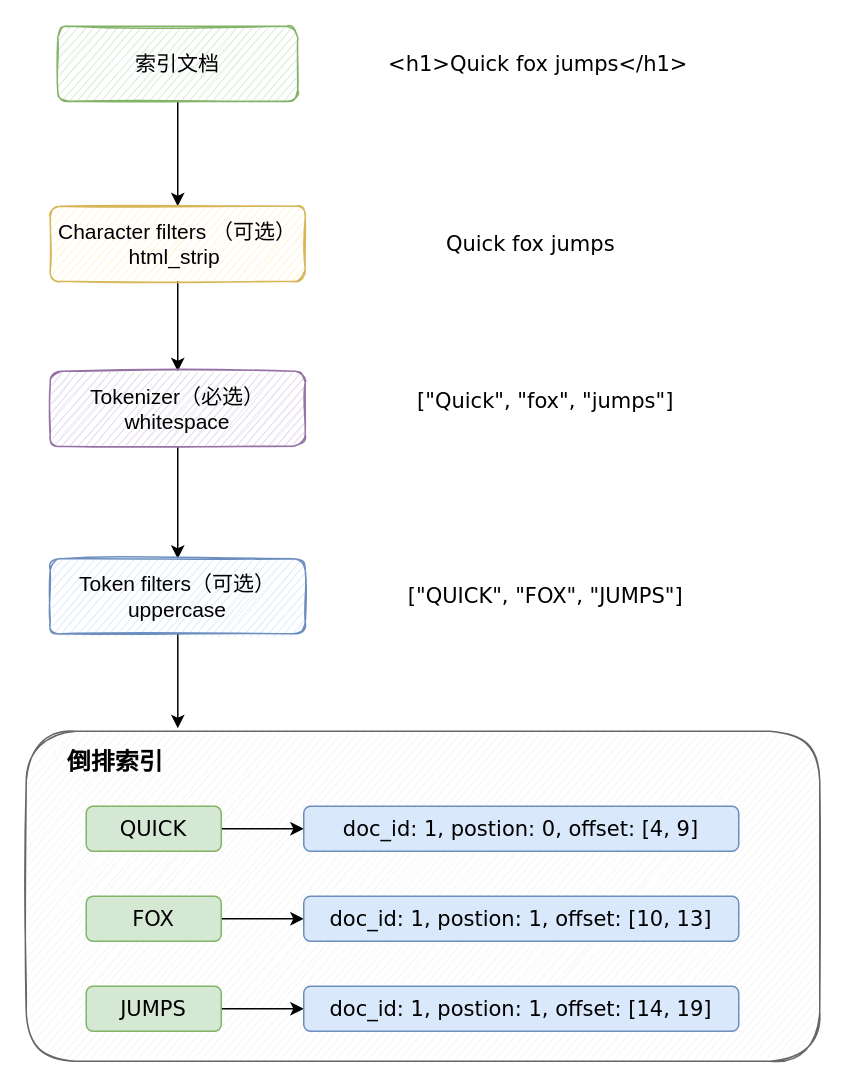
This is Elasticsearch/analyzer.drawio from cr7258/draw.io, a draw.io file, before an edit. Source tidied: cells renumbered, new cells numbered last; positions are measured from the earlier drawing's top-left corner, leaving out a move shared by most shapes. Both pictures are drawn from the tidied source at 150%, with x=0, y=0 at pixel (26, 26).
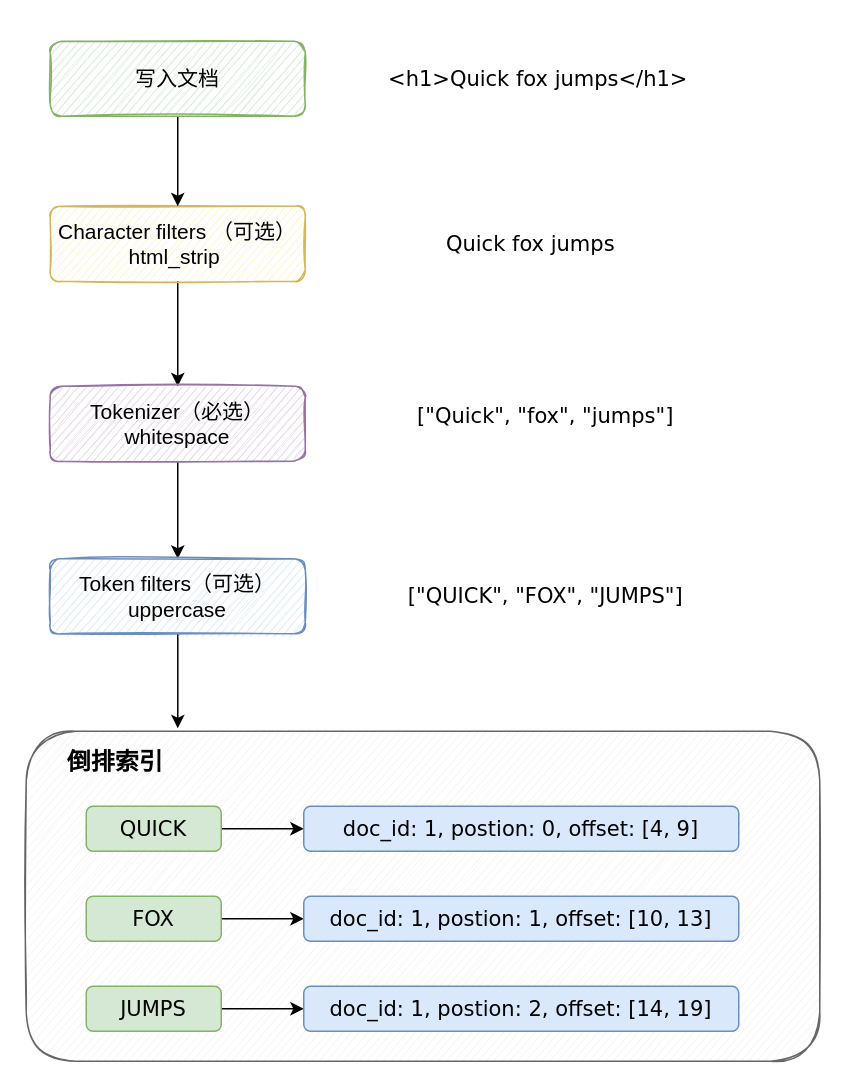
After the change.

Unchanged cells that the change refers to:
```xml
<mxCell id="5" value="Character filters （可选）&lt;br&gt;html_strip&amp;nbsp;" style="rounded=1;whiteSpace=wrap;html=1;fillColor=#fff2cc;strokeColor=#d6b656;shadow=0;sketch=1;fontSize=14;" parent="1" vertex="1">
  <mxGeometry x="16" y="120" width="170" height="50" as="geometry" />
</mxCell>
```

What changed in the source:
```diff
@@
-    <mxCell id="2" style="edgeStyle=orthogonalEdgeStyle;rounded=0;jettySize=auto;html=1;exitX=0.5;exitY=1;exitDx=0;exitDy=0;fontFamily=Verdana;fontSize=14;" parent="1" edge="1" source="3" target="5">
-      <mxGeometry relative="1" as="geometry" />
-    </mxCell>
-    <mxCell id="3" value="索引文档" style="rounded=1;whiteSpace=wrap;html=1;fillColor=#d5e8d4;strokeColor=#82b366;shadow=0;sketch=1;fontSize=14;" parent="1" vertex="1">
-      <mxGeometry x="21" width="160" height="50" as="geometry" />
-    </mxCell>
@@
     <mxCell id="7" value="Tokenizer（必选）&lt;br&gt;whitespace" style="rounded=1;whiteSpace=wrap;html=1;fillColor=#e1d5e7;strokeColor=#9673a6;shadow=0;sketch=1;fontSize=14;" parent="1" vertex="1">
-      <mxGeometry x="16" y="230" width="170" height="50" as="geometry" />
+      <mxGeometry x="16" y="240" width="170" height="50" as="geometry" />
     </mxCell>
@@
     <mxCell id="10" value="&lt;font face=&quot;Verdana&quot;&gt;&amp;lt;h1&amp;gt;Quick fox jumps&amp;lt;/h1&amp;gt;&lt;/font&gt;" style="text;html=1;align=center;verticalAlign=middle;fillColor=none;strokeColor=none;rounded=0;shadow=0;sketch=1;fontSize=14;" parent="1" vertex="1">
-      <mxGeometry x="231" y="15" width="220" height="20" as="geometry" />
+      <mxGeometry x="231" y="25" width="220" height="20" as="geometry" />
     </mxCell>
@@
     <mxCell id="12" value="&lt;font face=&quot;Verdana&quot;&gt;[&quot;Quick&quot;, &quot;fox&quot;, &quot;jumps&quot;]&lt;/font&gt;" style="text;html=1;align=center;verticalAlign=middle;fillColor=none;strokeColor=none;rounded=0;shadow=0;sketch=1;fontSize=14;" parent="1" vertex="1">
-      <mxGeometry x="251" y="240" width="190" height="20" as="geometry" />
+      <mxGeometry x="251" y="250" width="190" height="20" as="geometry" />
     </mxCell>
@@
-    <mxCell id="23" value="doc_id: 1, postion: 1, offset: [14, 19]" style="rounded=1;whiteSpace=wrap;html=1;shadow=0;sketch=0;fontFamily=Verdana;fontSize=14;fillColor=#dae8fc;strokeColor=#6c8ebf;" parent="1" vertex="1">
+    <mxCell id="23" value="doc_id: 1, postion: 2, offset: [14, 19]" style="rounded=1;whiteSpace=wrap;html=1;shadow=0;sketch=0;fontFamily=Verdana;fontSize=14;fillColor=#dae8fc;strokeColor=#6c8ebf;" parent="1" vertex="1">
       <mxGeometry x="185" y="640" width="290" height="30" as="geometry" />
     </mxCell>
@@
+    <mxCell id="25" style="edgeStyle=orthogonalEdgeStyle;rounded=0;jettySize=auto;html=1;exitX=0.5;exitY=1;exitDx=0;exitDy=0;entryX=0.5;entryY=0;entryDx=0;entryDy=0;" parent="1" edge="1" source="26" target="5">
+      <mxGeometry relative="1" as="geometry" />
+    </mxCell>
+    <mxCell id="26" value="写入文档" style="rounded=1;whiteSpace=wrap;html=1;fillColor=#d5e8d4;strokeColor=#82b366;shadow=0;sketch=1;fontSize=14;" parent="1" vertex="1">
+      <mxGeometry x="16" y="10" width="170" height="50" as="geometry" />
+    </mxCell>
```
